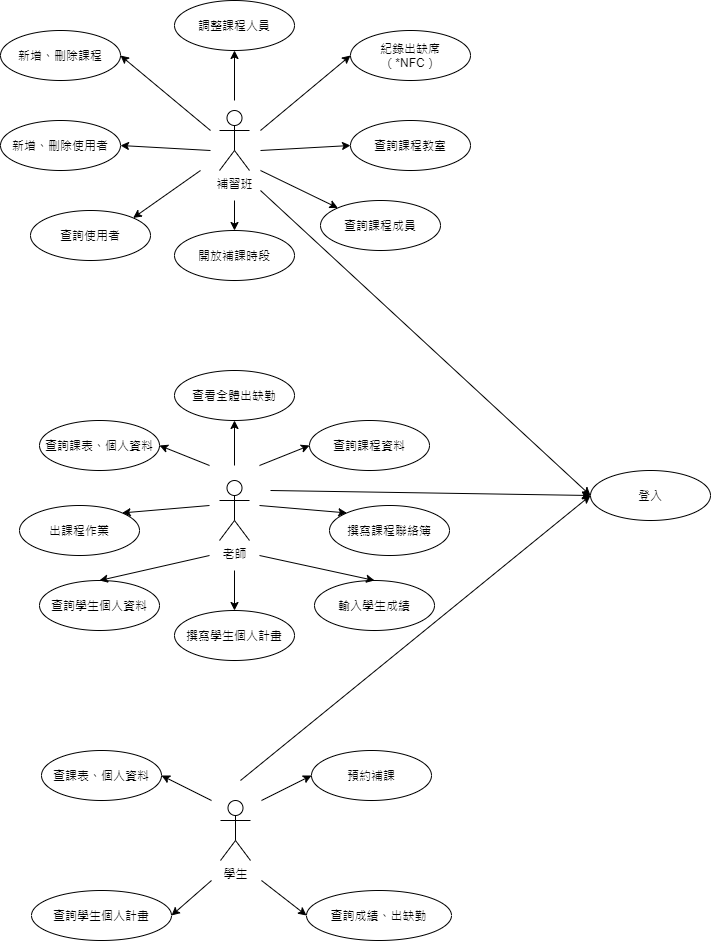
Before: 軟體開發文件/使用案例圖.png, a diagram exported from draw.io (LiaozhiCheng/CramSchoolApp). Source tidied: cells renumbered, new cells last; positions are measured from the earlier drawing's top-left corner, leaving out a move shared by most shapes.
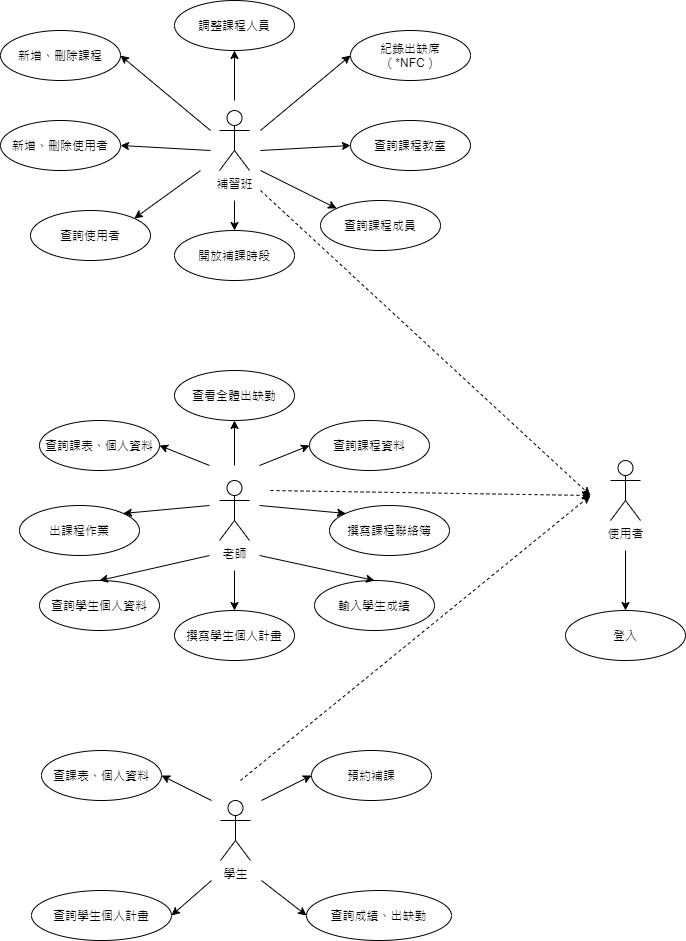
The same file after the commit.

Commit message:
Update 使用案例圖.png/使用案例圖.drawio

What changed in the source:
```diff
@@ -142,9 +142,10 @@
         <mxPoint x="215" y="200" as="sourcePoint" />
       </mxGeometry>
     </mxCell>
-    <mxCell id="38" style="endArrow=classic;html=1;entryX=0;entryY=0.5;entryDx=0;entryDy=0;" parent="20" edge="1" target="49">
+    <mxCell id="38" style="endArrow=classic;html=1;entryX=0;entryY=0.5;entryDx=0;entryDy=0;dashed=1;" parent="20" edge="1">
       <mxGeometry relative="1" as="geometry">
         <mxPoint x="251" y="120" as="sourcePoint" />
+        <mxPoint x="571" y="125" as="targetPoint" />
       </mxGeometry>
     </mxCell>
     <mxCell id="39" style="group;" parent="1" vertex="1">
@@ -185,18 +186,28 @@
         <mxPoint x="180" y="50" as="sourcePoint" />
       </mxGeometry>
     </mxCell>
-    <mxCell id="49" value="登入" style="ellipse;whiteSpace=wrap;html=1;" parent="1" vertex="1">
-      <mxGeometry x="590" y="470" width="120" height="50" as="geometry" />
-    </mxCell>
-    <mxCell id="50" style="endArrow=classic;html=1;entryX=0;entryY=0.5;entryDx=0;entryDy=0;" parent="1" edge="1" target="49">
+    <mxCell id="50" style="endArrow=classic;html=1;entryX=0;entryY=0.5;entryDx=0;entryDy=0;dashed=1;" parent="1" edge="1">
       <mxGeometry relative="1" as="geometry">
         <mxPoint x="260" y="190" as="sourcePoint" />
+        <mxPoint x="590" y="495" as="targetPoint" />
       </mxGeometry>
     </mxCell>
-    <mxCell id="51" style="endArrow=classic;html=1;entryX=0;entryY=0.5;entryDx=0;entryDy=0;" parent="1" edge="1" target="49">
+    <mxCell id="51" style="endArrow=classic;html=1;entryX=0;entryY=0.5;entryDx=0;entryDy=0;dashed=1;" parent="1" edge="1">
       <mxGeometry relative="1" as="geometry">
         <mxPoint x="240" y="780" as="sourcePoint" />
+        <mxPoint x="590" y="495" as="targetPoint" />
       </mxGeometry>
     </mxCell>
+    <mxCell id="52" value="使用者" style="shape=umlActor;verticalLabelPosition=bottom;verticalAlign=top;html=1;" parent="1" vertex="1">
+      <mxGeometry x="610" y="460" width="30" height="60" as="geometry" />
+    </mxCell>
+    <mxCell id="49" value="登入" style="ellipse;whiteSpace=wrap;html=1;" parent="1" vertex="1">
+      <mxGeometry x="565" y="610" width="120" height="50" as="geometry" />
+    </mxCell>
+    <mxCell id="53" style="endArrow=classic;html=1;entryX=0.5;entryY=0;entryDx=0;entryDy=0;" parent="1" edge="1" target="49">
+      <mxGeometry relative="1" as="geometry">
+        <mxPoint x="625" y="550" as="sourcePoint" />
+      </mxGeometry>
+    </mxCell>
   </root>
 </mxGraphModel>
```
